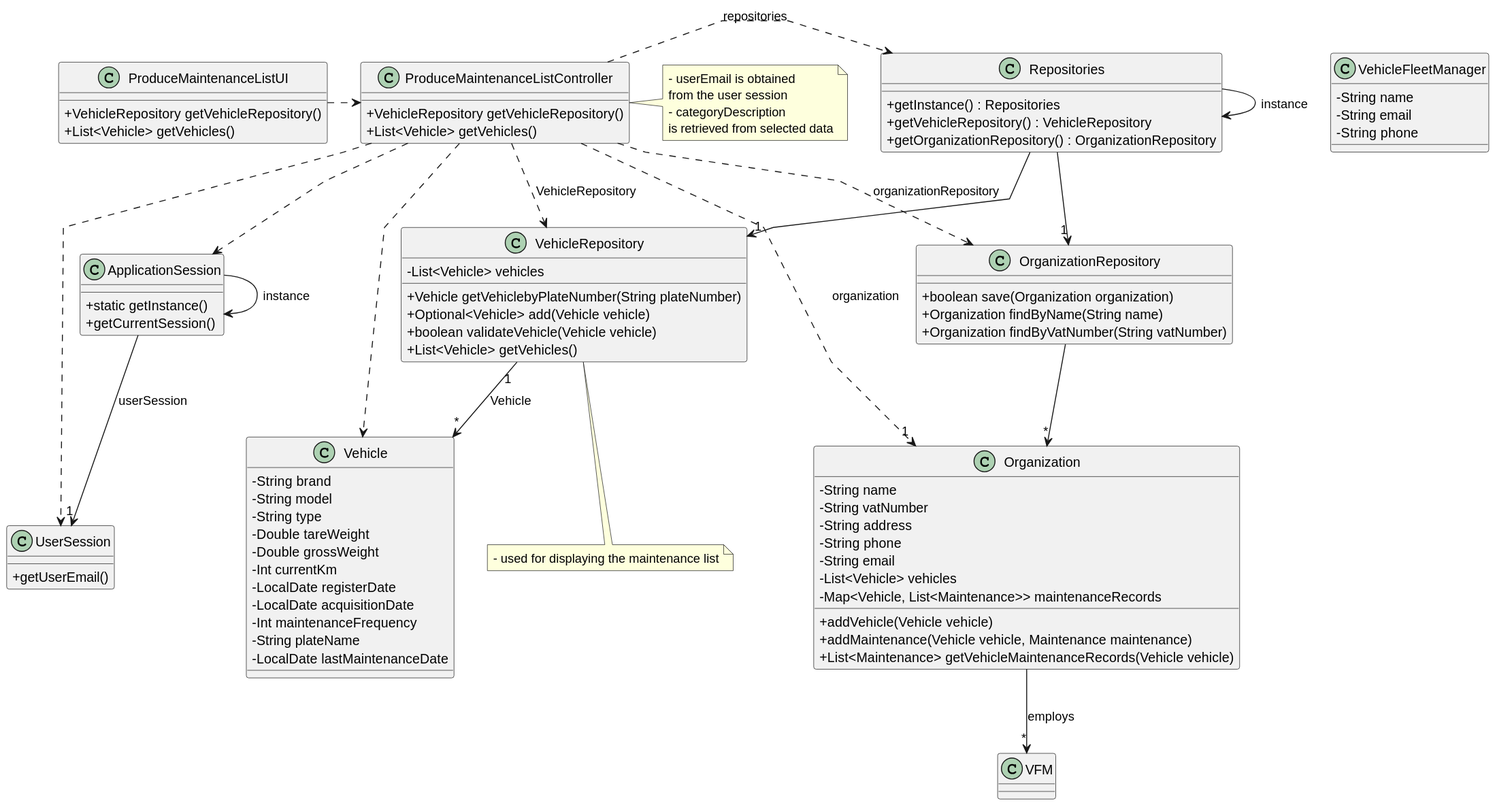
Before: docs/sprint3/us008/03.design/svg/us008-class-diagram.svg, a diagram exported from PlantUML (tiagosoa/lei-24-s2-1dgh-g073).
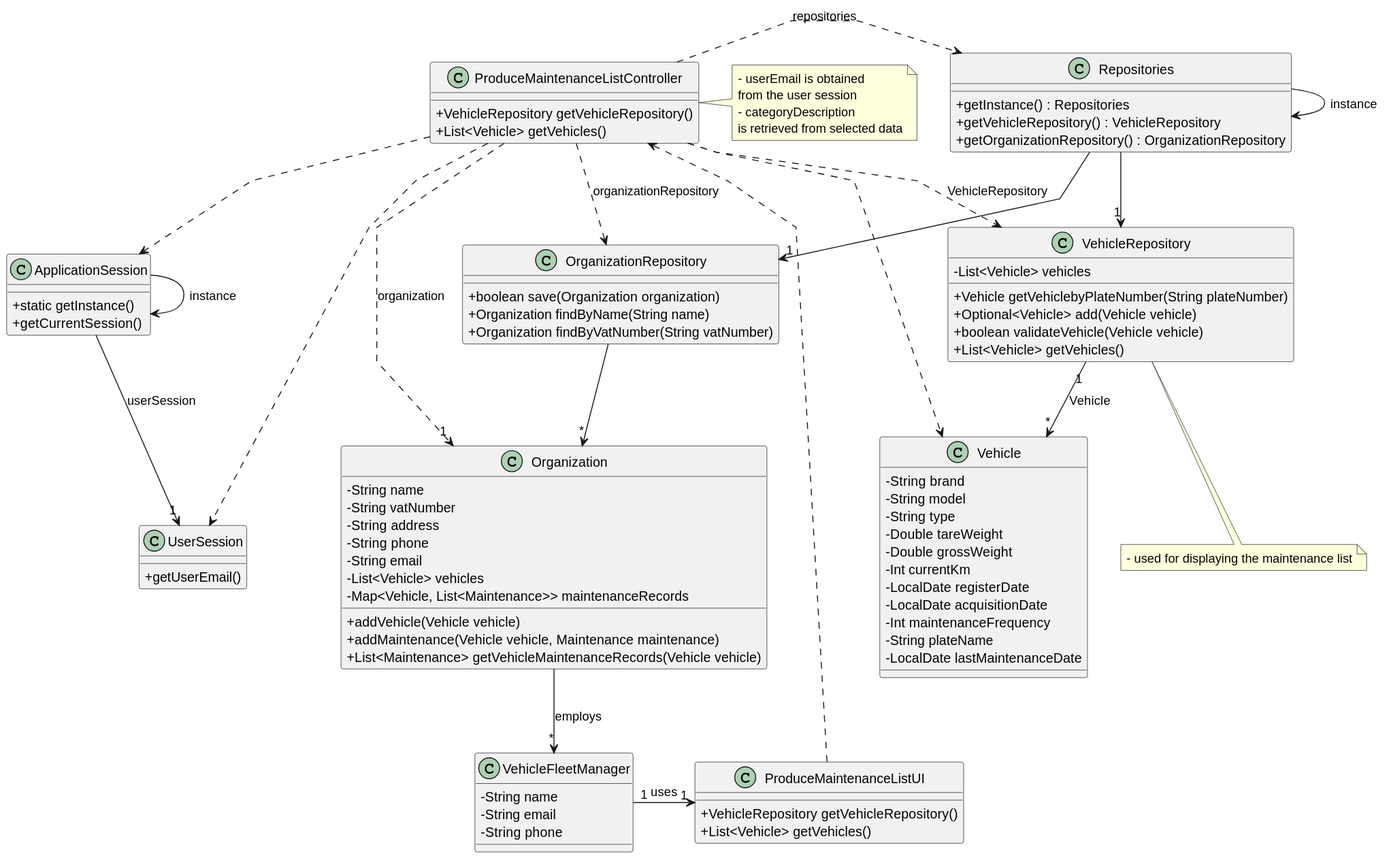
After the change.

Diff of the diagram source:
```diff
@@ -116,6 +116,6 @@
 ProduceMaintenanceListController ..> ApplicationSession
 ProduceMaintenanceListController ..> UserSession
 VehicleRepository "1" --> "*" Vehicle : Vehicle
-
-Organization --> "*" VFM : employs
+VehicleFleetManager "1" -> "1" ProduceMaintenanceListUI: uses
+Organization --> "*" VehicleFleetManager : employs
 @enduml
```
